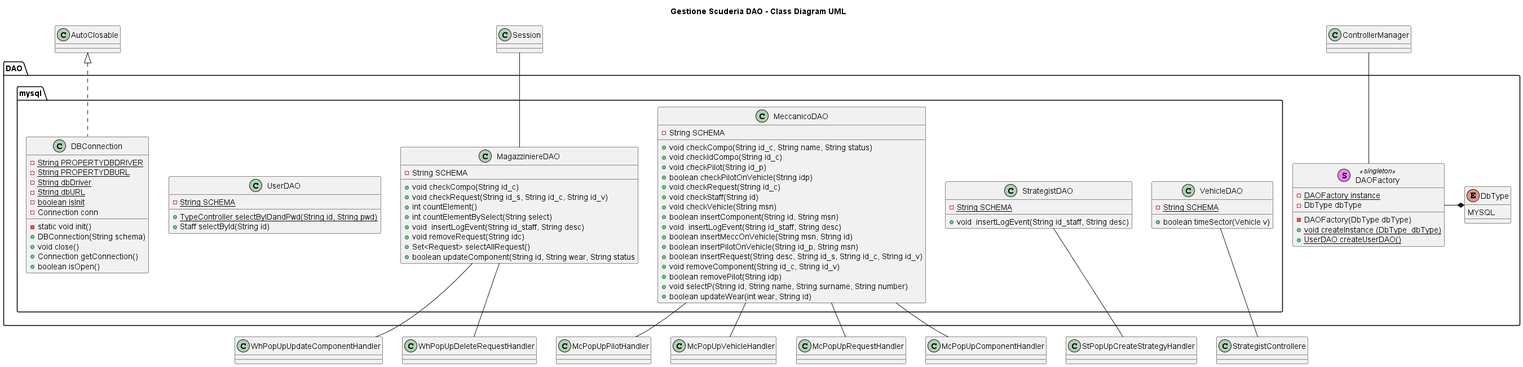
IngSW-unipv/Progetto-S24 keeps this PlantUML diagram as project_document/SECTOR1-UML/UML/DAO_UML/DAO_UML.png. Above is the earlier version. Source of this version:
```plantuml
@startuml

title Gestione Scuderia DAO - Class Diagram UML

package DAO{
  class DAOFactory << (S,Violet) singleton >>{
    - {static} DAOFactory instance
    - DbType dbType
    - DAOFactory(DbType dbType)
    + {static} void createInstance (DbType  dbType)
    + {static} UserDAO createUserDAO()
  }

  enum DbType {
    MYSQL
  }
}

package DAO.mysql{
  class DBConnection{
    - {static} String PROPERTYDBDRIVER
    - {static} String PROPERTYDBURL
    - {static} String dbDriver
    - {static} String dbURL
    - {static} boolean isInit
    - Connection conn
    - static void init()
    + DBConnection(String schema)
    + void close()
    + Connection getConnection()
    + boolean isOpen()
  }

  class MagazziniereDAO{
    - String SCHEMA
    + void checkCompo(String id_c)
    + void checkRequest(String id_s, String id_c, String id_v)
    + int countElement()
    + int countElementBySelect(String select)
    + void  insertLogEvent(String id_staff, String desc)
    + void removeRequest(String idc)
    + Set<Request> selectAllRequest()
    + boolean updateComponent(String id, String wear, String status
  }

  class MeccanicoDAO{
    - String SCHEMA
    + void checkCompo(String id_c, String name, String status)
    + void checkIdCompo(String id_c)
    + void checkPilot(String id_p)
    + boolean checkPilotOnVehicle(String idp)
    + void checkRequest(String id_c)
    + void checkStaff(String id)
    + void checkVehicle(String msn)
    + boolean insertComponent(String id, String msn)
    + void  insertLogEvent(String id_staff, String desc)
    + boolean insertMeccOnVehicle(String msn, String id)
    + boolean insertPilotOnVehicle(String id_p, String msn)
    + boolean insertRequest(String desc, String id_s, String id_c, String id_v)
    + void removeComponent(String id_c, String id_v)
    + boolean removePilot(String idp)
    + void selectP(String id, String name, String surname, String number)
    + boolean updateWear(int wear, String id)
  }

  class StrategistDAO {
    - {static} String SCHEMA
    + void  insertLogEvent(String id_staff, String desc)
  }

  class UserDAO {
    - {static} String SCHEMA
    + {static} TypeController selectByIDandPwd(String id, String pwd)
    + Staff selectById(String id)
  }

  class VehicleDAO {
    - {static} String SCHEMA
    + boolean timeSector(Vehicle v)
  }
}

DAOFactory -* DbType
DBConnection -up.|> AutoClosable
ControllerManager -- DAOFactory

Session -- MagazziniereDAO

MagazziniereDAO -- WhPopUpUpdateComponentHandler
MagazziniereDAO -- WhPopUpDeleteRequestHandler

MeccanicoDAO -- McPopUpPilotHandler
MeccanicoDAO -- McPopUpVehicleHandler
MeccanicoDAO -- McPopUpRequestHandler
MeccanicoDAO -- McPopUpComponentHandler

StrategistDAO -- StPopUpCreateStrategyHandler
VehicleDAO -- StrategistControllere

@enduml
```
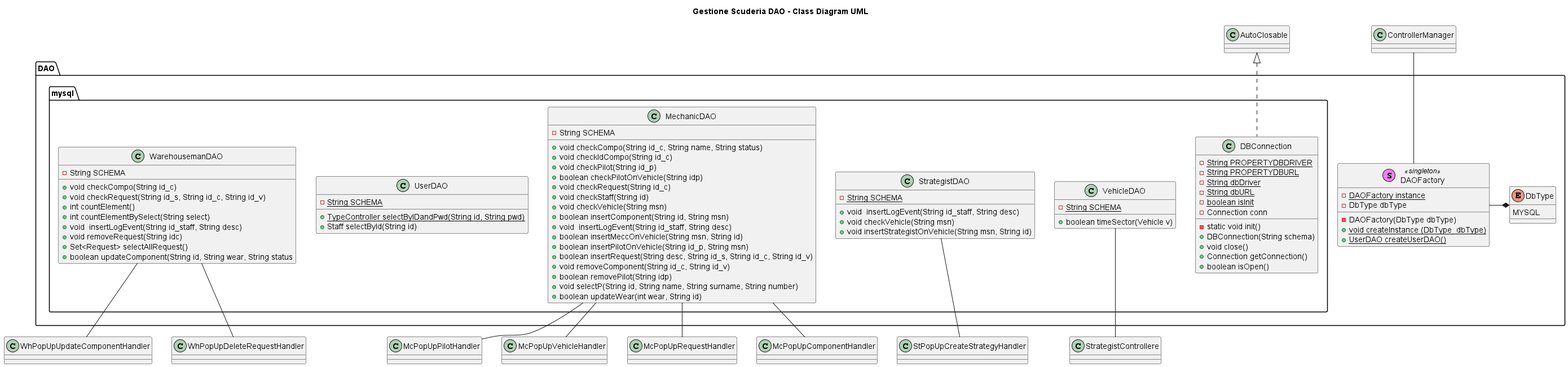
After the commit.

The edit, as a diff of the source:
```diff
@@ -31,7 +31,7 @@
     + boolean isOpen()
   }
 
-  class MagazziniereDAO{
+  class WarehousemanDAO{
     - String SCHEMA
     + void checkCompo(String id_c)
     + void checkRequest(String id_s, String id_c, String id_v)
@@ -43,7 +43,7 @@
     + boolean updateComponent(String id, String wear, String status
   }
 
-  class MeccanicoDAO{
+  class MechanicDAO{
     - String SCHEMA
     + void checkCompo(String id_c, String name, String status)
     + void checkIdCompo(String id_c)
@@ -66,6 +66,8 @@
   class StrategistDAO {
     - {static} String SCHEMA
     + void  insertLogEvent(String id_staff, String desc)
+    + void checkVehicle(String msn)
+    + void insertStrategistOnVehicle(String msn, String id)
   }
 
   class UserDAO {
@@ -84,15 +86,13 @@
 DBConnection -up.|> AutoClosable
 ControllerManager -- DAOFactory
 
-Session -- MagazziniereDAO
+WarehousemanDAO -- WhPopUpUpdateComponentHandler
+WarehousemanDAO -- WhPopUpDeleteRequestHandler
 
-MagazziniereDAO -- WhPopUpUpdateComponentHandler
-MagazziniereDAO -- WhPopUpDeleteRequestHandler
-
-MeccanicoDAO -- McPopUpPilotHandler
-MeccanicoDAO -- McPopUpVehicleHandler
-MeccanicoDAO -- McPopUpRequestHandler
-MeccanicoDAO -- McPopUpComponentHandler
+MechanicDAO -- McPopUpPilotHandler
+MechanicDAO -- McPopUpVehicleHandler
+MechanicDAO -- McPopUpRequestHandler
+MechanicDAO -- McPopUpComponentHandler
 
 StrategistDAO -- StPopUpCreateStrategyHandler
 VehicleDAO -- StrategistControllere
```
